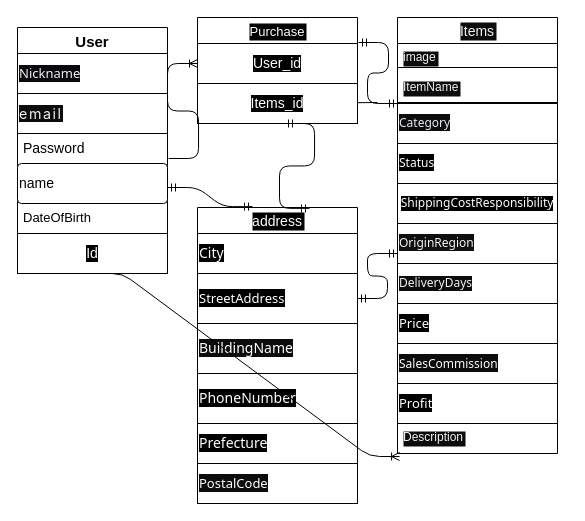
This is test.dio from ksffiafjei/furima-39385, a draw.io file, before an edit. Source tidied: cells renumbered, new cells numbered last; positions are measured from the earlier drawing's top-left corner, leaving out a move shared by most shapes. Both pictures are drawn from the tidied source at 100%, with x=0, y=0 at pixel (17, 17).
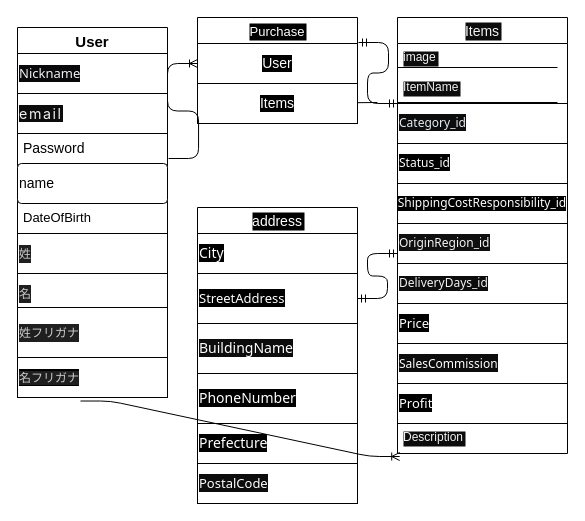
The same diagram, later.

Commit message (it also covers changes not shown here):
修正依頼後

The change refers to these unchanged cells:
```xml
<mxCell id="23" value="Purchase" style="swimlane;fontStyle=0;horizontal=1;startSize=26;align=center;fontSize=13;labelBackgroundColor=#000000;fontColor=#FFFFFF;" parent="1" vertex="1">
  <mxGeometry x="180" width="160" height="106" as="geometry" />
</mxCell>
<mxCell id="30" value="address" style="swimlane;fontStyle=0;horizontal=1;startSize=26;align=center;fontSize=14;labelBackgroundColor=#000000;fontColor=#FFFFFF;" parent="1" vertex="1">
  <mxGeometry x="180" y="190" width="160" height="296" as="geometry" />
</mxCell>
```

What changed in the source:
```diff
@@
     <mxCell id="9" value="Items" style="swimlane;fontStyle=0;horizontal=1;startSize=26;align=center;fontSize=14;labelBackgroundColor=#0d0c0c;fontColor=#f3f2f2;" parent="1" vertex="1">
-      <mxGeometry x="380" width="160" height="436" as="geometry" />
+      <mxGeometry x="380" width="170" height="436" as="geometry" />
     </mxCell>
     <mxCell id="10" value="image" style="text;strokeColor=none;fillColor=none;spacingLeft=4;spacingRight=4;overflow=hidden;fontSize=12;labelBackgroundColor=#0d0c0c;fontColor=#f3f2f2;" parent="9" vertex="1">
-      <mxGeometry y="26" width="160" height="30" as="geometry" />
+      <mxGeometry y="26" width="170" height="30" as="geometry" />
     </mxCell>
@@
     <mxCell id="12" value="ItemName" style="text;strokeColor=none;fillColor=none;spacingLeft=4;spacingRight=4;overflow=hidden;fontSize=12;labelBackgroundColor=#0d0c0c;fontColor=#f3f2f2;" parent="9" vertex="1">
-      <mxGeometry y="56" width="160" height="30" as="geometry" />
+      <mxGeometry y="56" width="170" height="30" as="geometry" />
     </mxCell>
@@
-    <mxCell id="14" value="&lt;span style=&quot;font-family: Söhne, ui-sans-serif, system-ui, -apple-system, &amp;quot;Segoe UI&amp;quot;, Roboto, Ubuntu, Cantarell, &amp;quot;Noto Sans&amp;quot;, sans-serif, &amp;quot;Helvetica Neue&amp;quot;, Arial, &amp;quot;Apple Color Emoji&amp;quot;, &amp;quot;Segoe UI Emoji&amp;quot;, &amp;quot;Segoe UI Symbol&amp;quot;, &amp;quot;Noto Color Emoji&amp;quot;; font-size: 12px; background-color: rgb(12, 12, 13);&quot;&gt;&lt;font color=&quot;#e7ecf4&quot; style=&quot;font-size: 12px;&quot;&gt;Category&lt;/font&gt;&lt;/span&gt;" style="whiteSpace=wrap;html=1;align=left;labelBackgroundColor=#0d0c0c;fontSize=12;fontColor=#f3f2f2;" parent="9" vertex="1">
-      <mxGeometry y="86" width="160" height="40" as="geometry" />
+    <mxCell id="14" value="&lt;span style=&quot;font-family: Söhne, ui-sans-serif, system-ui, -apple-system, &amp;quot;Segoe UI&amp;quot;, Roboto, Ubuntu, Cantarell, &amp;quot;Noto Sans&amp;quot;, sans-serif, &amp;quot;Helvetica Neue&amp;quot;, Arial, &amp;quot;Apple Color Emoji&amp;quot;, &amp;quot;Segoe UI Emoji&amp;quot;, &amp;quot;Segoe UI Symbol&amp;quot;, &amp;quot;Noto Color Emoji&amp;quot;; font-size: 12px; background-color: rgb(12, 12, 13);&quot;&gt;&lt;font color=&quot;#e7ecf4&quot; style=&quot;font-size: 12px;&quot;&gt;Category_id&lt;/font&gt;&lt;/span&gt;" style="whiteSpace=wrap;html=1;align=left;labelBackgroundColor=#0d0c0c;fontSize=12;fontColor=#f3f2f2;" parent="9" vertex="1">
+      <mxGeometry y="86" width="170" height="40" as="geometry" />
     </mxCell>
-    <mxCell id="15" value="&lt;span style=&quot;font-family: Söhne, ui-sans-serif, system-ui, -apple-system, &amp;quot;Segoe UI&amp;quot;, Roboto, Ubuntu, Cantarell, &amp;quot;Noto Sans&amp;quot;, sans-serif, &amp;quot;Helvetica Neue&amp;quot;, Arial, &amp;quot;Apple Color Emoji&amp;quot;, &amp;quot;Segoe UI Emoji&amp;quot;, &amp;quot;Segoe UI Symbol&amp;quot;, &amp;quot;Noto Color Emoji&amp;quot;; font-size: 12px; background-color: rgb(0, 0, 0);&quot;&gt;&lt;font color=&quot;#ffffff&quot; style=&quot;font-size: 12px;&quot;&gt;Status&lt;/font&gt;&lt;/span&gt;" style="whiteSpace=wrap;html=1;align=left;labelBackgroundColor=#0d0c0c;fontSize=12;fontColor=#f3f2f2;" parent="9" vertex="1">
-      <mxGeometry y="126" width="160" height="40" as="geometry" />
+    <mxCell id="15" value="&lt;span style=&quot;font-family: Söhne, ui-sans-serif, system-ui, -apple-system, &amp;quot;Segoe UI&amp;quot;, Roboto, Ubuntu, Cantarell, &amp;quot;Noto Sans&amp;quot;, sans-serif, &amp;quot;Helvetica Neue&amp;quot;, Arial, &amp;quot;Apple Color Emoji&amp;quot;, &amp;quot;Segoe UI Emoji&amp;quot;, &amp;quot;Segoe UI Symbol&amp;quot;, &amp;quot;Noto Color Emoji&amp;quot;; font-size: 12px; background-color: rgb(0, 0, 0);&quot;&gt;&lt;font color=&quot;#ffffff&quot; style=&quot;font-size: 12px;&quot;&gt;Status_id&lt;/font&gt;&lt;/span&gt;" style="whiteSpace=wrap;html=1;align=left;labelBackgroundColor=#0d0c0c;fontSize=12;fontColor=#f3f2f2;" parent="9" vertex="1">
+      <mxGeometry y="126" width="170" height="40" as="geometry" />
     </mxCell>
-    <mxCell id="16" value="&lt;span style=&quot;font-family: Söhne, ui-sans-serif, system-ui, -apple-system, &amp;quot;Segoe UI&amp;quot;, Roboto, Ubuntu, Cantarell, &amp;quot;Noto Sans&amp;quot;, sans-serif, &amp;quot;Helvetica Neue&amp;quot;, Arial, &amp;quot;Apple Color Emoji&amp;quot;, &amp;quot;Segoe UI Emoji&amp;quot;, &amp;quot;Segoe UI Symbol&amp;quot;, &amp;quot;Noto Color Emoji&amp;quot;; font-size: 12px; text-align: left;&quot;&gt;ShippingCostResponsibility&lt;/span&gt;" style="whiteSpace=wrap;html=1;align=center;labelBackgroundColor=#000000;fontSize=12;fontColor=#FFFFFF;" parent="9" vertex="1">
-      <mxGeometry y="166" width="160" height="40" as="geometry" />
+    <mxCell id="16" value="&lt;span style=&quot;font-family: Söhne, ui-sans-serif, system-ui, -apple-system, &amp;quot;Segoe UI&amp;quot;, Roboto, Ubuntu, Cantarell, &amp;quot;Noto Sans&amp;quot;, sans-serif, &amp;quot;Helvetica Neue&amp;quot;, Arial, &amp;quot;Apple Color Emoji&amp;quot;, &amp;quot;Segoe UI Emoji&amp;quot;, &amp;quot;Segoe UI Symbol&amp;quot;, &amp;quot;Noto Color Emoji&amp;quot;; font-size: 12px; text-align: left;&quot;&gt;ShippingCostResponsibility_id&lt;/span&gt;" style="whiteSpace=wrap;html=1;align=center;labelBackgroundColor=#000000;fontSize=12;fontColor=#FFFFFF;" parent="9" vertex="1">
+      <mxGeometry y="166" width="170" height="40" as="geometry" />
     </mxCell>
-    <mxCell id="17" value="&lt;span style=&quot;font-family: Söhne, ui-sans-serif, system-ui, -apple-system, &amp;quot;Segoe UI&amp;quot;, Roboto, Ubuntu, Cantarell, &amp;quot;Noto Sans&amp;quot;, sans-serif, &amp;quot;Helvetica Neue&amp;quot;, Arial, &amp;quot;Apple Color Emoji&amp;quot;, &amp;quot;Segoe UI Emoji&amp;quot;, &amp;quot;Segoe UI Symbol&amp;quot;, &amp;quot;Noto Color Emoji&amp;quot;; font-size: 12px; background-color: rgb(15, 15, 15);&quot;&gt;OriginRegion&lt;/span&gt;" style="whiteSpace=wrap;html=1;align=left;labelBackgroundColor=#0d0c0c;fontSize=12;fontColor=#f6f4f4;" parent="9" vertex="1">
-      <mxGeometry y="206" width="160" height="40" as="geometry" />
+    <mxCell id="17" value="&lt;span style=&quot;font-family: Söhne, ui-sans-serif, system-ui, -apple-system, &amp;quot;Segoe UI&amp;quot;, Roboto, Ubuntu, Cantarell, &amp;quot;Noto Sans&amp;quot;, sans-serif, &amp;quot;Helvetica Neue&amp;quot;, Arial, &amp;quot;Apple Color Emoji&amp;quot;, &amp;quot;Segoe UI Emoji&amp;quot;, &amp;quot;Segoe UI Symbol&amp;quot;, &amp;quot;Noto Color Emoji&amp;quot;; font-size: 12px; background-color: rgb(15, 15, 15);&quot;&gt;OriginRegion_id&lt;/span&gt;" style="whiteSpace=wrap;html=1;align=left;labelBackgroundColor=#0d0c0c;fontSize=12;fontColor=#f6f4f4;" parent="9" vertex="1">
+      <mxGeometry y="206" width="170" height="40" as="geometry" />
     </mxCell>
-    <mxCell id="18" value="&lt;span style=&quot;font-family: Söhne, ui-sans-serif, system-ui, -apple-system, &amp;quot;Segoe UI&amp;quot;, Roboto, Ubuntu, Cantarell, &amp;quot;Noto Sans&amp;quot;, sans-serif, &amp;quot;Helvetica Neue&amp;quot;, Arial, &amp;quot;Apple Color Emoji&amp;quot;, &amp;quot;Segoe UI Emoji&amp;quot;, &amp;quot;Segoe UI Symbol&amp;quot;, &amp;quot;Noto Color Emoji&amp;quot;; font-size: 12px;&quot;&gt;DeliveryDays&lt;/span&gt;" style="whiteSpace=wrap;html=1;align=left;labelBackgroundColor=#0D0C0C;fontSize=12;fontColor=#F3F2F2;" parent="9" vertex="1">
-      <mxGeometry y="246" width="160" height="40" as="geometry" />
+    <mxCell id="18" value="&lt;span style=&quot;font-family: Söhne, ui-sans-serif, system-ui, -apple-system, &amp;quot;Segoe UI&amp;quot;, Roboto, Ubuntu, Cantarell, &amp;quot;Noto Sans&amp;quot;, sans-serif, &amp;quot;Helvetica Neue&amp;quot;, Arial, &amp;quot;Apple Color Emoji&amp;quot;, &amp;quot;Segoe UI Emoji&amp;quot;, &amp;quot;Segoe UI Symbol&amp;quot;, &amp;quot;Noto Color Emoji&amp;quot;; font-size: 12px;&quot;&gt;DeliveryDays_id&lt;/span&gt;" style="whiteSpace=wrap;html=1;align=left;labelBackgroundColor=#0D0C0C;fontSize=12;fontColor=#F3F2F2;" parent="9" vertex="1">
+      <mxGeometry y="246" width="170" height="40" as="geometry" />
     </mxCell>
     <mxCell id="19" value="&lt;span style=&quot;font-family: Söhne, ui-sans-serif, system-ui, -apple-system, &amp;quot;Segoe UI&amp;quot;, Roboto, Ubuntu, Cantarell, &amp;quot;Noto Sans&amp;quot;, sans-serif, &amp;quot;Helvetica Neue&amp;quot;, Arial, &amp;quot;Apple Color Emoji&amp;quot;, &amp;quot;Segoe UI Emoji&amp;quot;, &amp;quot;Segoe UI Symbol&amp;quot;, &amp;quot;Noto Color Emoji&amp;quot;; background-color: rgb(0, 0, 0);&quot;&gt;&lt;font color=&quot;#ffffff&quot;&gt;Price&lt;/font&gt;&lt;/span&gt;" style="whiteSpace=wrap;html=1;align=left;labelBackgroundColor=#0d0c0c;fontSize=13;fontColor=#f3f2f2;" parent="9" vertex="1">
-      <mxGeometry y="286" width="160" height="40" as="geometry" />
+      <mxGeometry y="286" width="170" height="40" as="geometry" />
     </mxCell>
     <mxCell id="20" value="&lt;span style=&quot;font-family: Söhne, ui-sans-serif, system-ui, -apple-system, &amp;quot;Segoe UI&amp;quot;, Roboto, Ubuntu, Cantarell, &amp;quot;Noto Sans&amp;quot;, sans-serif, &amp;quot;Helvetica Neue&amp;quot;, Arial, &amp;quot;Apple Color Emoji&amp;quot;, &amp;quot;Segoe UI Emoji&amp;quot;, &amp;quot;Segoe UI Symbol&amp;quot;, &amp;quot;Noto Color Emoji&amp;quot;; background-color: rgb(13, 12, 12);&quot;&gt;&lt;font style=&quot;font-size: 12px;&quot; color=&quot;#ffffff&quot;&gt;SalesCommission&lt;/font&gt;&lt;/span&gt;" style="whiteSpace=wrap;html=1;align=left;labelBackgroundColor=#0d0c0c;fontSize=13;fontColor=#f3f2f2;" parent="9" vertex="1">
-      <mxGeometry y="326" width="160" height="40" as="geometry" />
+      <mxGeometry y="326" width="170" height="40" as="geometry" />
     </mxCell>
     <mxCell id="21" value="&lt;span style=&quot;font-family: Söhne, ui-sans-serif, system-ui, -apple-system, &amp;quot;Segoe UI&amp;quot;, Roboto, Ubuntu, Cantarell, &amp;quot;Noto Sans&amp;quot;, sans-serif, &amp;quot;Helvetica Neue&amp;quot;, Arial, &amp;quot;Apple Color Emoji&amp;quot;, &amp;quot;Segoe UI Emoji&amp;quot;, &amp;quot;Segoe UI Symbol&amp;quot;, &amp;quot;Noto Color Emoji&amp;quot;; background-color: rgb(0, 0, 0);&quot;&gt;&lt;font style=&quot;font-size: 13px;&quot; color=&quot;#ffffff&quot;&gt;Profit&lt;/font&gt;&lt;/span&gt;" style="whiteSpace=wrap;html=1;align=left;labelBackgroundColor=#0d0c0c;fontSize=13;fontColor=#f3f2f2;" parent="9" vertex="1">
-      <mxGeometry y="366" width="160" height="40" as="geometry" />
+      <mxGeometry y="366" width="170" height="40" as="geometry" />
     </mxCell>
     <mxCell id="22" value="Description" style="text;strokeColor=none;fillColor=none;spacingLeft=4;spacingRight=4;overflow=hidden;points=[[0,0.5],[1,0.5]];portConstraint=eastwest;fontSize=12;labelBackgroundColor=#0d0c0c;fontColor=#f3f2f2;" parent="9" vertex="1">
-      <mxGeometry y="406" width="160" height="30" as="geometry" />
+      <mxGeometry y="406" width="170" height="30" as="geometry" />
     </mxCell>
@@
-    <mxCell id="27" value="User_id" style="whiteSpace=wrap;html=1;align=center;labelBackgroundColor=#000000;fontSize=14;fontColor=#FFFFFF;" parent="23" vertex="1">
+    <mxCell id="27" value="User" style="whiteSpace=wrap;html=1;align=center;labelBackgroundColor=#000000;fontSize=14;fontColor=#FFFFFF;" parent="23" vertex="1">
       <mxGeometry y="26" width="160" height="40" as="geometry" />
     </mxCell>
@@
-    <mxCell id="29" value="Items_id" style="whiteSpace=wrap;html=1;align=center;labelBackgroundColor=#000000;fontSize=14;fontColor=#FFFFFF;" parent="23" vertex="1">
+    <mxCell id="29" value="Items" style="whiteSpace=wrap;html=1;align=center;labelBackgroundColor=#000000;fontSize=14;fontColor=#FFFFFF;" parent="23" vertex="1">
       <mxGeometry y="66" width="160" height="40" as="geometry" />
     </mxCell>
@@
-    <mxCell id="39" value="Id" style="whiteSpace=wrap;html=1;align=center;labelBackgroundColor=#000000;fontSize=14;fontColor=#FFFFFF;" parent="1" vertex="1">
-      <mxGeometry y="216" width="150" height="40" as="geometry" />
-    </mxCell>
-    <mxCell id="40" style="edgeStyle=entityRelationEdgeStyle;fontSize=12;html=1;endArrow=ERoneToMany;fontColor=#FFFFFF;exitX=0.5;exitY=1;exitDx=0;exitDy=0;entryX=0.013;entryY=1.1;entryDx=0;entryDy=0;entryPerimeter=0;" parent="1" edge="1" source="39" target="22">
+    <mxCell id="40" style="edgeStyle=entityRelationEdgeStyle;fontSize=12;html=1;endArrow=ERoneToMany;fontColor=#FFFFFF;entryX=0.013;entryY=1.1;entryDx=0;entryDy=0;entryPerimeter=0;exitX=0.42;exitY=1.088;exitDx=0;exitDy=0;exitPerimeter=0;" parent="1" edge="1" source="47" target="22">
       <mxGeometry relative="1" as="geometry" />
     </mxCell>
@@
-    <mxCell id="42" style="edgeStyle=entityRelationEdgeStyle;fontSize=12;html=1;endArrow=ERmandOne;startArrow=ERmandOne;fontColor=#FFFFFF;entryX=0.344;entryY=-0.003;entryDx=0;entryDy=0;entryPerimeter=0;" parent="1" edge="1" target="30">
-      <mxGeometry relative="1" as="geometry">
-        <mxPoint x="150" y="170" as="sourcePoint" />
-      </mxGeometry>
-    </mxCell>
-    <mxCell id="43" style="edgeStyle=entityRelationEdgeStyle;fontSize=12;html=1;endArrow=ERmandOne;startArrow=ERmandOne;fontColor=#FFFFFF;entryX=0.544;entryY=1;entryDx=0;entryDy=0;entryPerimeter=0;exitX=0.7;exitY=0.003;exitDx=0;exitDy=0;exitPerimeter=0;" parent="1" edge="1" source="30" target="29">
-      <mxGeometry relative="1" as="geometry" />
-    </mxCell>
+    <mxCell id="44" value="&lt;div style=&quot;color: rgb(204, 204, 204); background-color: rgb(31, 31, 31); font-family: Menlo, Monaco, &amp;quot;Courier New&amp;quot;, monospace; font-size: 12px; line-height: 18px;&quot;&gt;姓 &lt;/div&gt;" style="whiteSpace=wrap;html=1;align=left;labelBackgroundColor=#000000;fontSize=14;fontColor=#FFFFFF;" parent="1" vertex="1">
+      <mxGeometry y="216" width="150" height="40" as="geometry" />
+    </mxCell>
+    <mxCell id="45" value="&lt;div style=&quot;color: rgb(204, 204, 204); background-color: rgb(31, 31, 31); font-family: Menlo, Monaco, &amp;quot;Courier New&amp;quot;, monospace; font-size: 12px; line-height: 18px;&quot;&gt;名&lt;/div&gt;" style="whiteSpace=wrap;html=1;align=left;labelBackgroundColor=#000000;fontSize=14;fontColor=#FFFFFF;" parent="1" vertex="1">
+      <mxGeometry y="256" width="150" height="40" as="geometry" />
+    </mxCell>
+    <mxCell id="46" value="&lt;div style=&quot;color: rgb(204, 204, 204); background-color: rgb(31, 31, 31); font-family: Menlo, Monaco, &amp;quot;Courier New&amp;quot;, monospace; font-size: 12px; line-height: 18px;&quot;&gt;姓フリガナ&lt;/div&gt;" style="whiteSpace=wrap;html=1;align=left;labelBackgroundColor=#000000;fontSize=14;fontColor=#FFFFFF;" parent="1" vertex="1">
+      <mxGeometry y="290" width="150" height="50" as="geometry" />
+    </mxCell>
+    <mxCell id="47" value="&lt;span style=&quot;background-color: rgb(31, 31, 31); color: rgb(204, 204, 204); font-family: Menlo, Monaco, &amp;quot;Courier New&amp;quot;, monospace; font-size: 12px;&quot;&gt;名フリガナ&lt;/span&gt;" style="whiteSpace=wrap;html=1;align=left;labelBackgroundColor=#000000;fontSize=14;fontColor=#FFFFFF;" parent="1" vertex="1">
+      <mxGeometry y="340" width="150" height="40" as="geometry" />
+    </mxCell>
```
